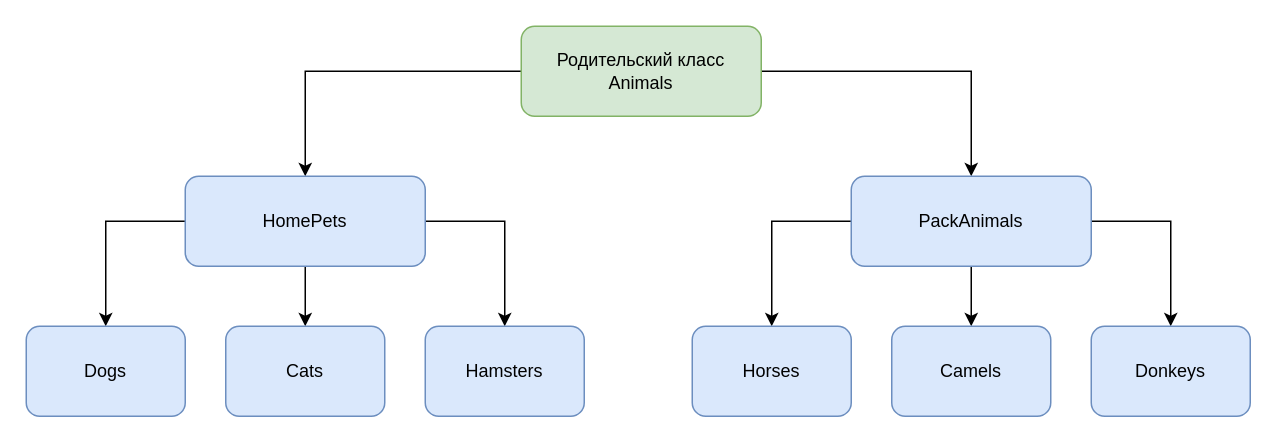
MoraKsu/Final_Control_Project keeps this draw.io diagram as Diagramm_PetsFriends.drawio. Above is the earlier version. Source tidied: cells renumbered, new cells numbered last; positions are measured from the earlier drawing's top-left corner, leaving out a move shared by most shapes. Both pictures are drawn from the tidied source at 150%, with x=0, y=0 at pixel (26, 26).
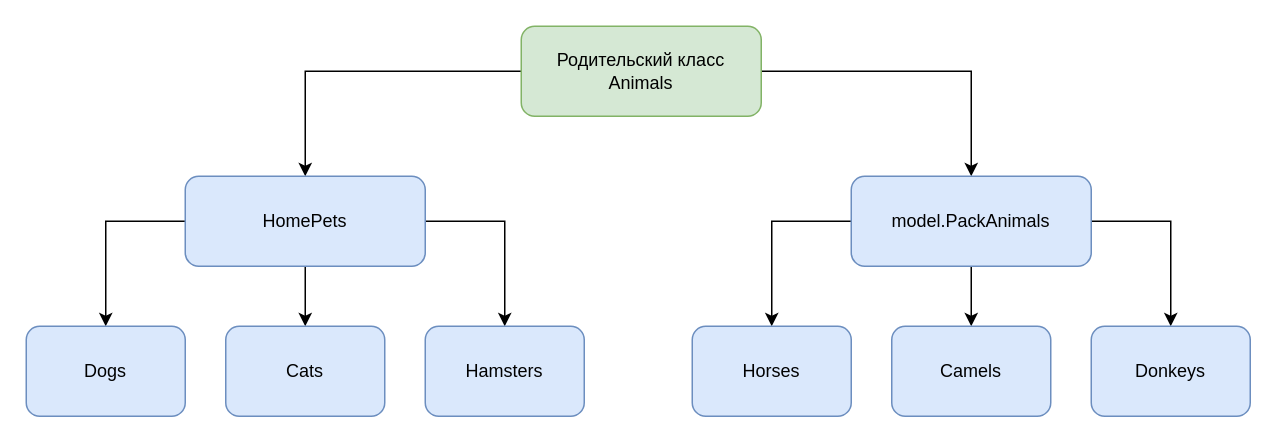
The same diagram, later.

What changed in the source:
```diff
@@
 <mxGraphModel>
   <root>
     <mxCell id="0" />
     <mxCell id="1" parent="0" />
     <mxCell id="2" style="edgeStyle=orthogonalEdgeStyle;rounded=0;jettySize=auto;html=1;exitX=0;exitY=0.5;exitDx=0;exitDy=0;entryX=0.5;entryY=0;entryDx=0;entryDy=0;" parent="1" edge="1" source="4" target="8">
       <mxGeometry relative="1" as="geometry" />
     </mxCell>
     <mxCell id="3" style="edgeStyle=orthogonalEdgeStyle;rounded=0;jettySize=auto;html=1;exitX=1;exitY=0.5;exitDx=0;exitDy=0;entryX=0.5;entryY=0;entryDx=0;entryDy=0;" parent="1" edge="1" source="4" target="12">
       <mxGeometry relative="1" as="geometry" />
     </mxCell>
     <mxCell id="4" value="Родительский класс&lt;br&gt;Animals" style="rounded=1;whiteSpace=wrap;html=1;fillColor=#d5e8d4;strokeColor=#82b366;" parent="1" vertex="1">
       <mxGeometry x="330" width="160" height="60" as="geometry" />
     </mxCell>
     <mxCell id="5" style="edgeStyle=orthogonalEdgeStyle;rounded=0;jettySize=auto;html=1;exitX=0;exitY=0.5;exitDx=0;exitDy=0;entryX=0.5;entryY=0;entryDx=0;entryDy=0;" parent="1" edge="1" source="8" target="13">
       <mxGeometry relative="1" as="geometry" />
     </mxCell>
     <mxCell id="6" style="edgeStyle=orthogonalEdgeStyle;rounded=0;jettySize=auto;html=1;exitX=0.5;exitY=1;exitDx=0;exitDy=0;entryX=0.5;entryY=0;entryDx=0;entryDy=0;" parent="1" edge="1" source="8" target="14">
       <mxGeometry relative="1" as="geometry" />
     </mxCell>
     <mxCell id="7" style="edgeStyle=orthogonalEdgeStyle;rounded=0;jettySize=auto;html=1;exitX=1;exitY=0.5;exitDx=0;exitDy=0;entryX=0.5;entryY=0;entryDx=0;entryDy=0;" parent="1" edge="1" source="8" target="15">
       <mxGeometry relative="1" as="geometry" />
     </mxCell>
     <mxCell id="8" value="HomePets" style="rounded=1;whiteSpace=wrap;html=1;fillColor=#dae8fc;strokeColor=#6c8ebf;" parent="1" vertex="1">
       <mxGeometry x="106" y="100" width="160" height="60" as="geometry" />
     </mxCell>
     <mxCell id="9" style="edgeStyle=orthogonalEdgeStyle;rounded=0;jettySize=auto;html=1;exitX=0;exitY=0.5;exitDx=0;exitDy=0;entryX=0.5;entryY=0;entryDx=0;entryDy=0;" parent="1" edge="1" source="12" target="16">
       <mxGeometry relative="1" as="geometry" />
     </mxCell>
     <mxCell id="10" style="edgeStyle=orthogonalEdgeStyle;rounded=0;jettySize=auto;html=1;exitX=0.5;exitY=1;exitDx=0;exitDy=0;entryX=0.5;entryY=0;entryDx=0;entryDy=0;" parent="1" edge="1" source="12" target="17">
       <mxGeometry relative="1" as="geometry" />
     </mxCell>
     <mxCell id="11" style="edgeStyle=orthogonalEdgeStyle;rounded=0;jettySize=auto;html=1;exitX=1;exitY=0.5;exitDx=0;exitDy=0;entryX=0.5;entryY=0;entryDx=0;entryDy=0;" parent="1" edge="1" source="12" target="18">
       <mxGeometry relative="1" as="geometry" />
     </mxCell>
-    <mxCell id="12" value="PackAnimals" style="rounded=1;whiteSpace=wrap;html=1;fillColor=#dae8fc;strokeColor=#6c8ebf;" parent="1" vertex="1">
+    <mxCell id="12" value="model.PackAnimals" style="rounded=1;whiteSpace=wrap;html=1;fillColor=#dae8fc;strokeColor=#6c8ebf;" parent="1" vertex="1">
       <mxGeometry x="550" y="100" width="160" height="60" as="geometry" />
     </mxCell>
     <mxCell id="13" value="Dogs" style="rounded=1;whiteSpace=wrap;html=1;fillColor=#dae8fc;strokeColor=#6c8ebf;" parent="1" vertex="1">
       <mxGeometry y="200" width="106" height="60" as="geometry" />
     </mxCell>
     <mxCell id="14" value="Cats" style="rounded=1;whiteSpace=wrap;html=1;fillColor=#dae8fc;strokeColor=#6c8ebf;" parent="1" vertex="1">
       <mxGeometry x="133" y="200" width="106" height="60" as="geometry" />
     </mxCell>
     <mxCell id="15" value="Hamsters" style="rounded=1;whiteSpace=wrap;html=1;fillColor=#dae8fc;strokeColor=#6c8ebf;" parent="1" vertex="1">
       <mxGeometry x="266" y="200" width="106" height="60" as="geometry" />
     </mxCell>
     <mxCell id="16" value="Horses" style="rounded=1;whiteSpace=wrap;html=1;fillColor=#dae8fc;strokeColor=#6c8ebf;" parent="1" vertex="1">
       <mxGeometry x="444" y="200" width="106" height="60" as="geometry" />
     </mxCell>
     <mxCell id="17" value="Camels" style="rounded=1;whiteSpace=wrap;html=1;fillColor=#dae8fc;strokeColor=#6c8ebf;" parent="1" vertex="1">
       <mxGeometry x="577" y="200" width="106" height="60" as="geometry" />
     </mxCell>
     <mxCell id="18" value="Donkeys" style="rounded=1;whiteSpace=wrap;html=1;fillColor=#dae8fc;strokeColor=#6c8ebf;" parent="1" vertex="1">
       <mxGeometry x="710" y="200" width="106" height="60" as="geometry" />
     </mxCell>
   </root>
 </mxGraphModel>
```
